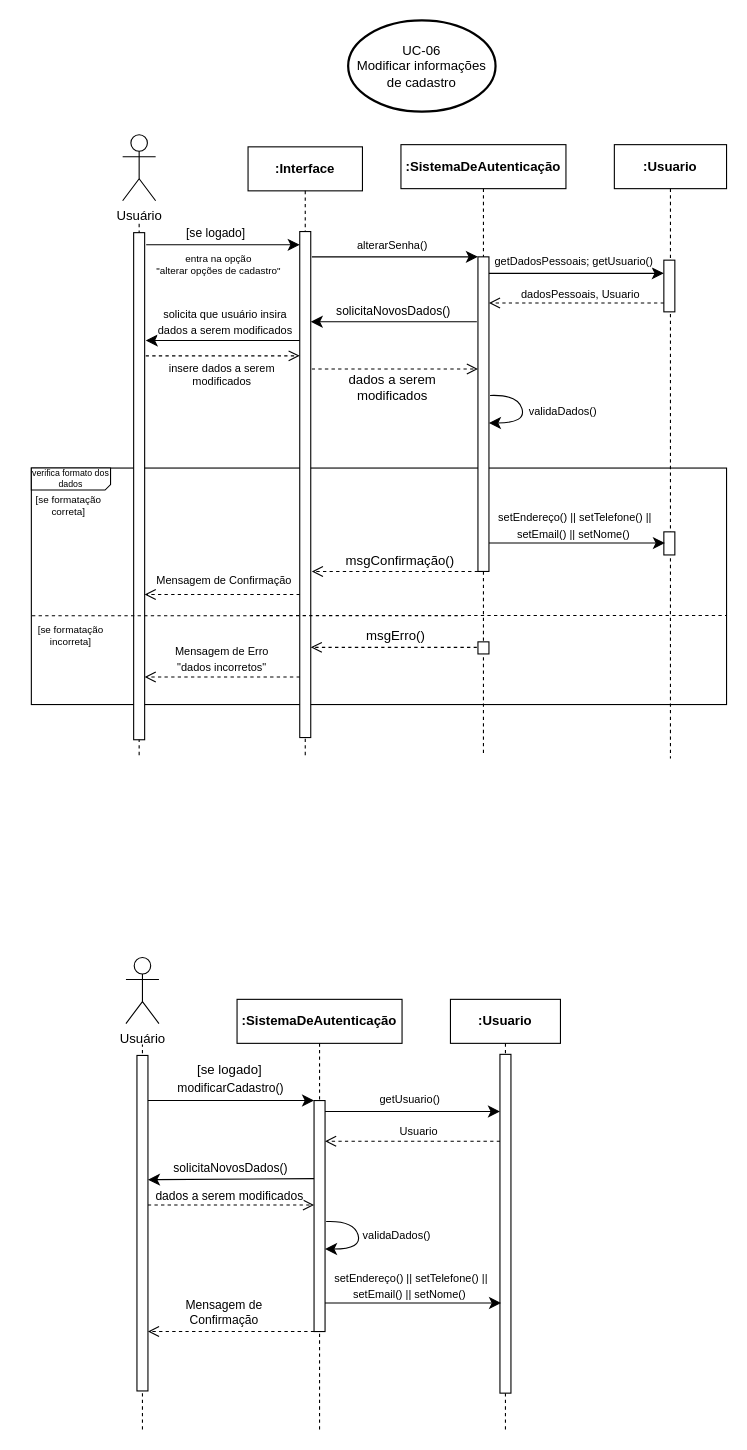
Above: diagrama_sequencia/Diagrama_Sequencia_UC06.drawio in gb-cs-rt/home_broker (draw.io), before the change. Source tidied: cells renumbered, new cells numbered last; positions are measured from the earlier drawing's top-left corner, leaving out a move shared by most shapes. Both pictures are drawn from the tidied source at 110%, with x=0, y=0 at pixel (19, 20).
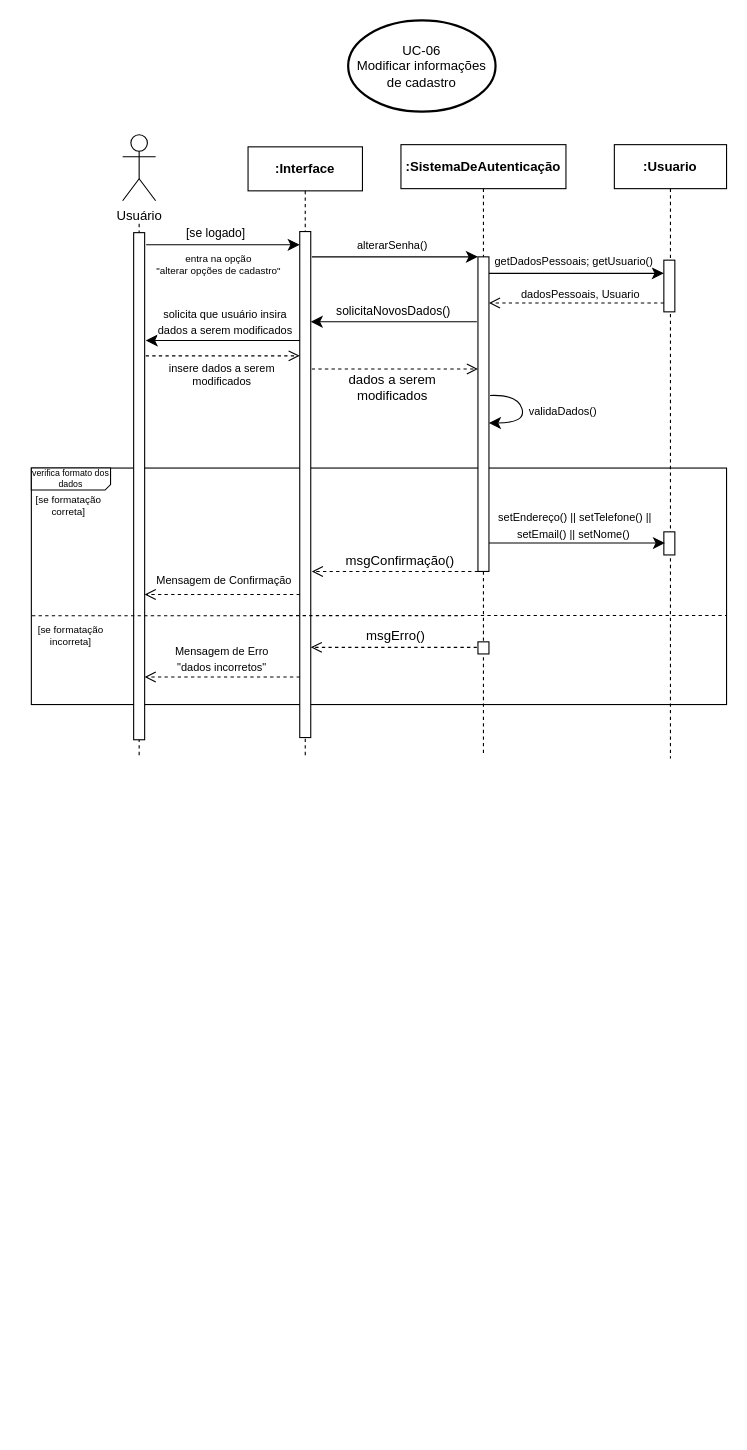
The same page after the edit.

What changed in the source:
```diff
@@
-    <mxCell id="2" style="endArrow=none;dashed=1;html=1;rounded=0;" parent="1" edge="1">
-      <mxGeometry relative="1" as="geometry">
-        <mxPoint x="112" y="1281" as="sourcePoint" />
-        <mxPoint x="112" y="931" as="targetPoint" />
-      </mxGeometry>
-    </mxCell>
-    <mxCell id="3" value="&lt;b&gt;:Usuario&lt;/b&gt;" style="shape=umlLifeline;perimeter=lifelinePerimeter;whiteSpace=wrap;html=1;newEdgeStyle={&quot;edgeStyle&quot;:&quot;elbowEdgeStyle&quot;,&quot;elbow&quot;:&quot;vertical&quot;,&quot;curved&quot;:0,&quot;rounded&quot;:0};" parent="1" vertex="1">
-      <mxGeometry x="392" y="890" width="100" height="391" as="geometry" />
-    </mxCell>
-    <mxCell id="4" style="html=1;perimeter=orthogonalPerimeter;targetShapes=umlLifeline;newEdgeStyle={&quot;edgeStyle&quot;:&quot;elbowEdgeStyle&quot;,&quot;elbow&quot;:&quot;vertical&quot;,&quot;curved&quot;:0,&quot;rounded&quot;:0};" parent="3" vertex="1">
-      <mxGeometry x="45" y="50" width="10" height="308" as="geometry" />
-    </mxCell>
-    <mxCell id="5" value="&lt;b&gt;:SistemaDeAutenticação&lt;/b&gt;" style="shape=umlLifeline;perimeter=lifelinePerimeter;whiteSpace=wrap;html=1;newEdgeStyle={&quot;edgeStyle&quot;:&quot;elbowEdgeStyle&quot;,&quot;elbow&quot;:&quot;vertical&quot;,&quot;curved&quot;:0,&quot;rounded&quot;:0};" parent="1" vertex="1">
-      <mxGeometry x="198" y="890" width="150" height="392" as="geometry" />
-    </mxCell>
-    <mxCell id="6" style="html=1;perimeter=orthogonalPerimeter;targetShapes=umlLifeline;newEdgeStyle={&quot;edgeStyle&quot;:&quot;elbowEdgeStyle&quot;,&quot;elbow&quot;:&quot;vertical&quot;,&quot;curved&quot;:0,&quot;rounded&quot;:0};" parent="5" vertex="1">
-      <mxGeometry x="70" y="92" width="10" height="210" as="geometry" />
-    </mxCell>
-    <mxCell id="7" value="Usuário" style="shape=umlActor;verticalLabelPosition=bottom;verticalAlign=top;html=1;" parent="1" vertex="1">
-      <mxGeometry x="97" y="852" width="30" height="60" as="geometry" />
-    </mxCell>
-    <mxCell id="8" style="rounded=0;whiteSpace=wrap;html=1;" parent="1" vertex="1">
-      <mxGeometry x="107" y="941" width="10" height="305" as="geometry" />
-    </mxCell>
-    <mxCell id="9" style="endArrow=classic;html=1;rounded=0;fontFamily=Helvetica;fontSize=12;fontColor=default;startSize=8;endSize=8;curved=1;" parent="1" edge="1">
-      <mxGeometry relative="1" as="geometry">
-        <mxPoint x="117" y="982" as="sourcePoint" />
-        <mxPoint x="268" y="982" as="targetPoint" />
-      </mxGeometry>
-    </mxCell>
-    <mxCell id="10" value="modificarCadastro()" style="edgeLabel;html=1;align=center;verticalAlign=middle;fontSize=11;fontFamily=Helvetica;fontColor=default;fillColor=none;gradientColor=none;" parent="9" vertex="1">
-      <mxGeometry x="0.05" width="115" height="25" relative="1" as="geometry">
-        <mxPoint x="-62" y="-24" as="offset" />
-      </mxGeometry>
-    </mxCell>
-    <mxCell id="11" style="endArrow=classic;html=1;rounded=0;fontFamily=Helvetica;fontSize=12;fontColor=default;startSize=8;endSize=8;curved=1;" parent="1" edge="1">
-      <mxGeometry relative="1" as="geometry">
-        <mxPoint x="278" y="992" as="sourcePoint" />
-        <mxPoint x="437" y="992" as="targetPoint" />
-      </mxGeometry>
-    </mxCell>
-    <mxCell id="12" value="getUsuario()" style="edgeLabel;html=1;align=center;verticalAlign=middle;fontSize=10;fontFamily=Helvetica;fontColor=default;fillColor=none;gradientColor=none;" parent="11" vertex="1">
-      <mxGeometry x="-0.03" y="1" width="73" height="24" relative="1" as="geometry">
-        <mxPoint x="-37" y="-22" as="offset" />
-      </mxGeometry>
-    </mxCell>
-    <mxCell id="13" style="endArrow=open;html=1;rounded=0;fontFamily=Helvetica;fontSize=12;fontColor=default;startSize=8;endSize=8;curved=1;dashed=1;endFill=0;" parent="1" edge="1">
-      <mxGeometry relative="1" as="geometry">
-        <mxPoint x="437" y="1019" as="sourcePoint" />
-        <mxPoint x="278" y="1019" as="targetPoint" />
-      </mxGeometry>
-    </mxCell>
-    <mxCell id="14" value="Usuario" style="edgeLabel;html=1;align=center;verticalAlign=middle;fontSize=10;fontFamily=Helvetica;fontColor=default;fillColor=none;gradientColor=none;" parent="1" vertex="1">
-      <mxGeometry x="337" y="998" width="52" height="24" as="geometry" />
-    </mxCell>
-    <mxCell id="15" style="endArrow=classic;html=1;rounded=0;fontFamily=Helvetica;fontSize=12;fontColor=default;startSize=8;endSize=8;curved=1;" parent="1" edge="1">
-      <mxGeometry relative="1" as="geometry">
-        <mxPoint x="279" y="1092" as="sourcePoint" />
-        <mxPoint x="278" y="1117" as="targetPoint" />
-        <Array as="points">
-          <mxPoint x="304" y="1091" />
-          <mxPoint x="312" y="1117" />
-        </Array>
-      </mxGeometry>
-    </mxCell>
-    <mxCell id="16" value="validaDados()" style="edgeLabel;html=1;align=center;verticalAlign=middle;fontSize=10;fontFamily=Helvetica;fontColor=default;fillColor=none;gradientColor=none;" parent="15" vertex="1">
-      <mxGeometry x="-0.1" width="80" height="24" relative="1" as="geometry">
-        <mxPoint x="-5" y="-12" as="offset" />
-      </mxGeometry>
-    </mxCell>
-    <mxCell id="17" style="endArrow=classic;html=1;rounded=0;fontSize=12;startSize=8;endSize=8;curved=1;" parent="1" edge="1">
-      <mxGeometry relative="1" as="geometry">
-        <mxPoint x="278" y="1166" as="sourcePoint" />
-        <mxPoint x="438" y="1166" as="targetPoint" />
-      </mxGeometry>
-    </mxCell>
-    <mxCell id="18" value="&lt;font style=&quot;font-size: 10px;&quot;&gt;setEndereço() || setTelefone() ||&lt;/font&gt;&lt;div&gt;&lt;font style=&quot;font-size: 10px;&quot;&gt;setEmail() || setNome()&amp;nbsp;&lt;/font&gt;&lt;/div&gt;" style="edgeLabel;html=1;align=center;verticalAlign=middle;fontSize=12;" parent="17" vertex="1">
-      <mxGeometry x="-0.21" y="2" relative="1" as="geometry">
-        <mxPoint x="14" y="-15" as="offset" />
-      </mxGeometry>
-    </mxCell>
-    <mxCell id="19" style="endArrow=open;html=1;rounded=0;fontSize=12;startSize=8;endSize=8;curved=1;dashed=1;endFill=0;" parent="1" edge="1">
-      <mxGeometry relative="1" as="geometry">
-        <mxPoint x="268" y="1192" as="sourcePoint" />
-        <mxPoint x="117" y="1192" as="targetPoint" />
-      </mxGeometry>
-    </mxCell>
-    <mxCell id="20" value="Mensagem de&lt;br style=&quot;font-size: 11px;&quot;&gt;Confirmação" style="edgeLabel;html=1;align=center;verticalAlign=middle;fontSize=11;" parent="19" vertex="1">
-      <mxGeometry x="0.13" y="-2" relative="1" as="geometry">
-        <mxPoint x="2" y="-16" as="offset" />
-      </mxGeometry>
-    </mxCell>
-    <mxCell id="21" value="&lt;font style=&quot;font-size: 12px;&quot;&gt;[se logado]&lt;/font&gt;" style="text;html=1;align=center;verticalAlign=middle;strokeColor=none;fillColor=none;fontSize=16;" parent="1" vertex="1">
-      <mxGeometry x="152" y="936" width="77" height="31" as="geometry" />
-    </mxCell>
-    <mxCell id="22" style="endArrow=classic;html=1;rounded=0;fontFamily=Helvetica;fontSize=12;fontColor=default;startSize=8;endSize=8;curved=1;entryX=1;entryY=0.715;entryDx=0;entryDy=0;entryPerimeter=0;endFill=1;" parent="1" edge="1">
-      <mxGeometry relative="1" as="geometry">
-        <mxPoint x="268" y="1053" as="sourcePoint" />
-        <mxPoint x="117" y="1053.9" as="targetPoint" />
-      </mxGeometry>
-    </mxCell>
-    <mxCell id="23" value="solicitaNovosDados()" style="edgeLabel;html=1;align=center;verticalAlign=middle;fontSize=11;fontFamily=Helvetica;fontColor=default;fillColor=none;gradientColor=none;" parent="22" vertex="1">
-      <mxGeometry x="0.07" y="2" width="122" height="25" relative="1" as="geometry">
-        <mxPoint x="-56" y="-25" as="offset" />
-      </mxGeometry>
-    </mxCell>
-    <mxCell id="24" style="endArrow=open;html=1;rounded=0;fontSize=12;startSize=8;endSize=8;curved=1;dashed=1;endFill=0;" parent="1" edge="1">
-      <mxGeometry relative="1" as="geometry">
-        <mxPoint x="117" y="1077" as="sourcePoint" />
-        <mxPoint x="268" y="1077" as="targetPoint" />
-      </mxGeometry>
-    </mxCell>
-    <mxCell id="25" value="dados a serem modificados" style="edgeLabel;html=1;align=center;verticalAlign=middle;fontSize=11;" parent="24" vertex="1">
-      <mxGeometry x="-0.08" relative="1" as="geometry">
-        <mxPoint x="4" y="-9" as="offset" />
-      </mxGeometry>
-    </mxCell>
```
